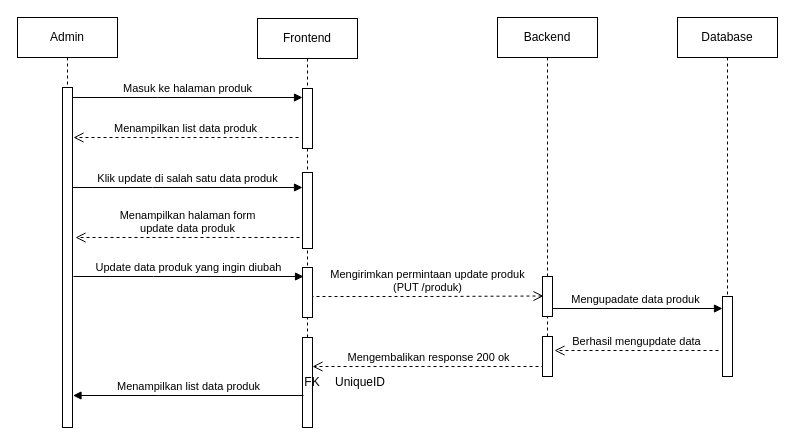
The draw.io diagram page "Halaman-5" (5 of 5) of Sequence.drawio in sintariaulia/Diagram, before the edit. Source tidied: cells renumbered, new cells numbered last; positions are measured from the earlier drawing's top-left corner, leaving out a move shared by most shapes. Both pictures are drawn from the tidied source at 100%, with x=0, y=0 at pixel (17, 17).
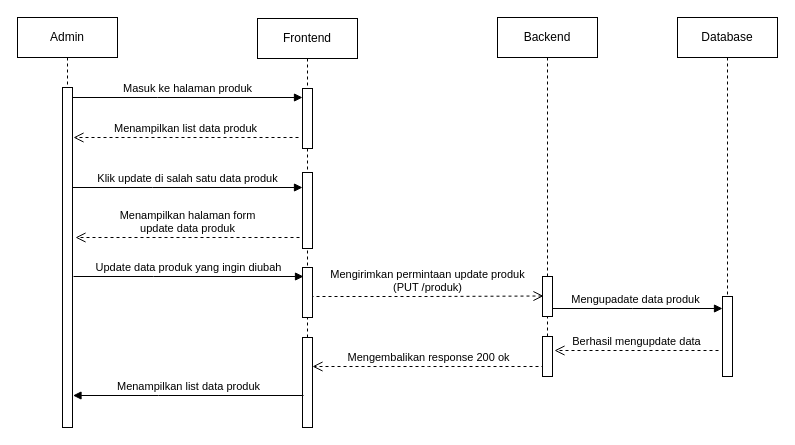
Above is the later version.

Diff of the diagram source:
```diff
@@
-    <mxCell id="24" style="shape=table;startSize=0;childLayout=tableLayout;rowLines=0;fontStyle=0;align=center;strokeColor=none;fillColor=none;" parent="1" vertex="1">
-      <mxGeometry x="280" y="350" width="180" height="30" as="geometry" />
-    </mxCell>
-    <mxCell id="25" style="shape=tableRow;horizontal=0;startSize=0;swimlaneHead=0;swimlaneBody=0;fillColor=none;top=0;left=0;right=0;bottom=0;" parent="24" vertex="1">
-      <mxGeometry width="180" height="30" as="geometry" />
-    </mxCell>
-    <mxCell id="26" value="FK" style="shape=partialRectangle;fillColor=none;top=0;left=0;bottom=0;right=0;fontStyle=0;overflow=hidden;whiteSpace=wrap;html=1;" parent="25" vertex="1">
-      <mxGeometry width="30" height="30" as="geometry" />
-    </mxCell>
-    <mxCell id="27" value="UniqueID" style="shape=partialRectangle;fillColor=none;top=0;left=0;bottom=0;right=0;align=left;spacingLeft=6;fontStyle=0;overflow=hidden;whiteSpace=wrap;html=1;" parent="25" vertex="1">
-      <mxGeometry x="30" width="150" height="30" as="geometry" />
-    </mxCell>
```
